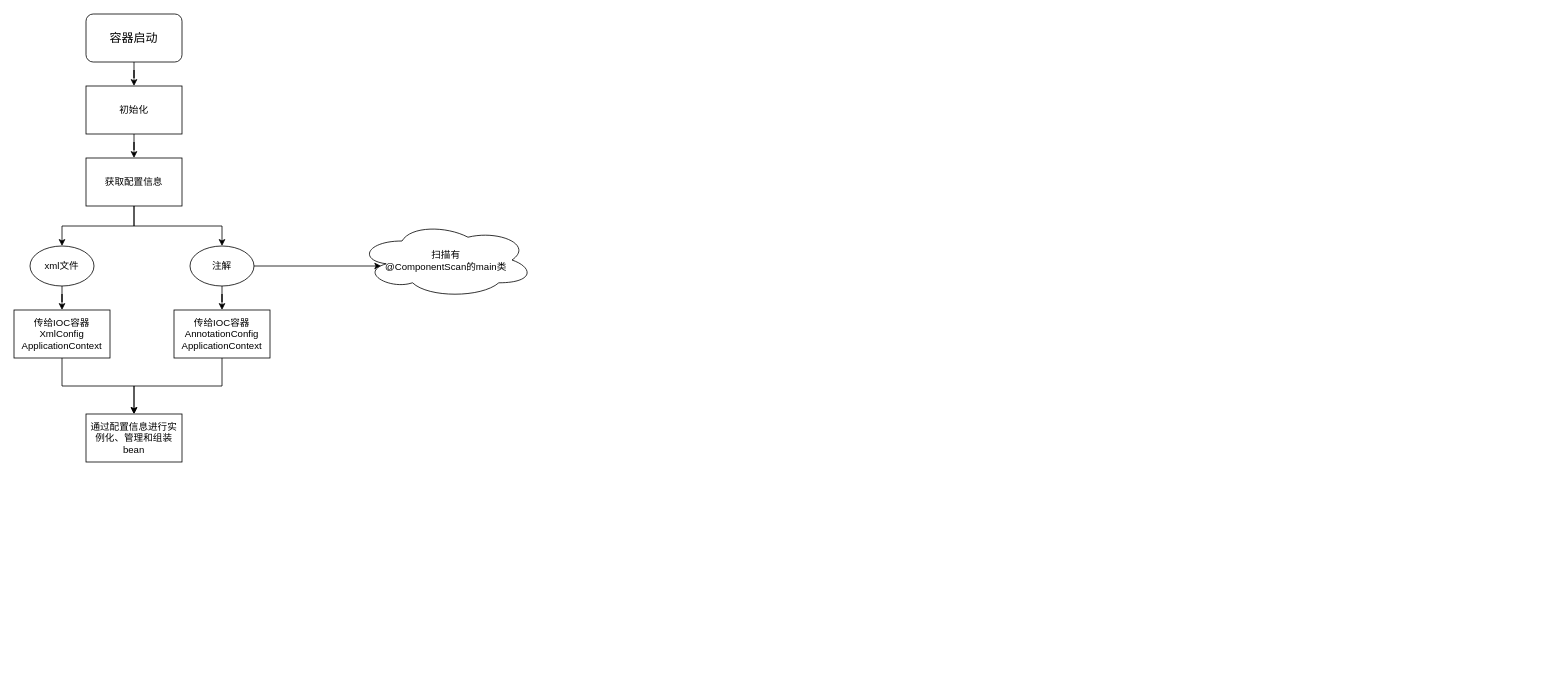
This is spring ioc容器依赖注入实现.drawio from pipisay/draw, a draw.io file, before an edit. Source tidied: cells renumbered, new cells numbered last; positions are measured from the earlier drawing's top-left corner, leaving out a move shared by most shapes. Both pictures are drawn from the tidied source at 80%, with x=0, y=0 at pixel (14, 14).
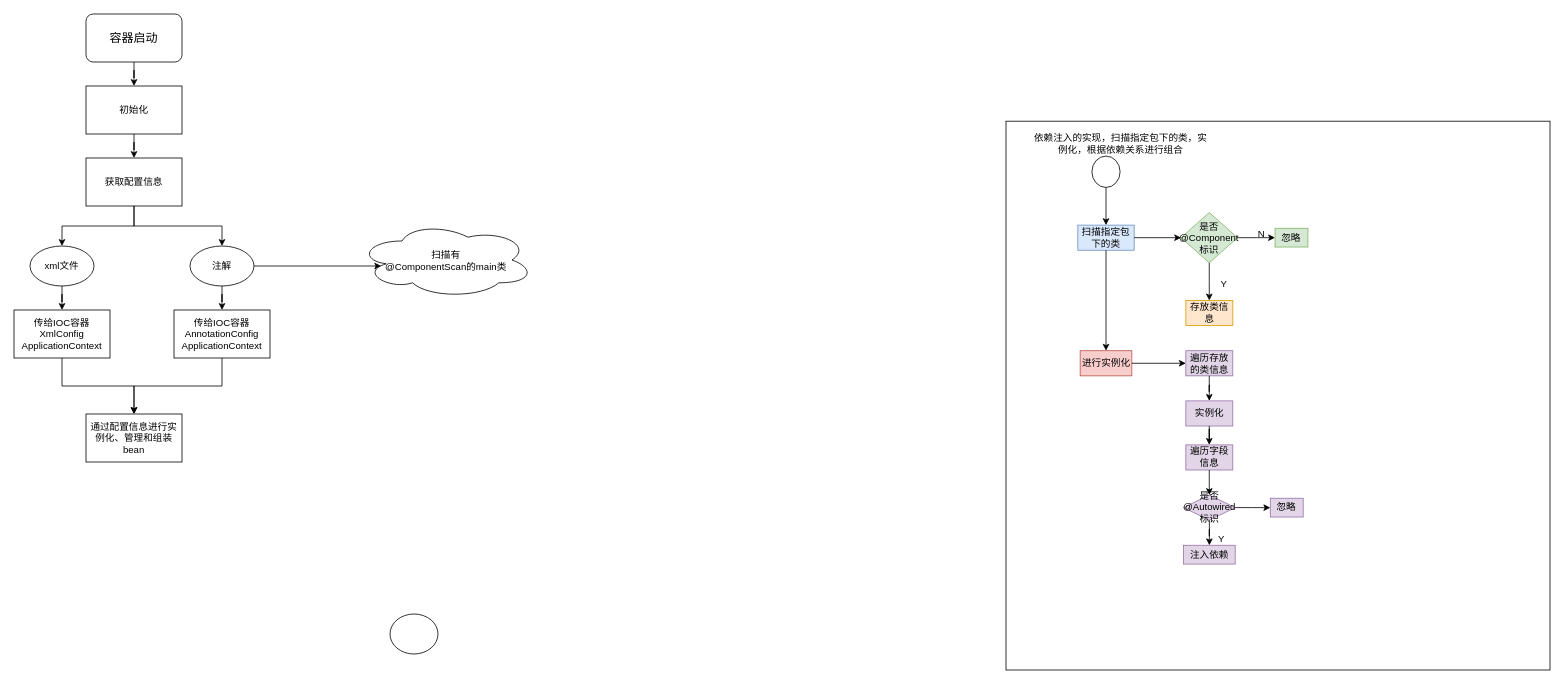
After the change.

Commit message:
更新spring ioc容器依赖注入实现.drawio

What changed in the source:
```diff
@@
+    <mxCell id="20" style="ellipse;whiteSpace=wrap;html=1;" parent="1" vertex="1">
+      <mxGeometry x="470" y="750" width="60" height="50" as="geometry" />
+    </mxCell>
+    <mxCell id="21" style="rounded=0;whiteSpace=wrap;html=1;" parent="1" vertex="1">
+      <mxGeometry x="1240" y="134" width="680" height="686" as="geometry" />
+    </mxCell>
+    <mxCell id="22" style="group;" parent="21" vertex="1">
+      <mxGeometry x="89.8" y="43.6" width="551.7" height="596.4" as="geometry" />
+    </mxCell>
+    <mxCell id="23" value="扫描指定包下的类" style="rounded=0;whiteSpace=wrap;html=1;fillColor=#dae8fc;strokeColor=#6c8ebf;" parent="22" vertex="1">
+      <mxGeometry y="86.3" width="70.4" height="31.4" as="geometry" />
+    </mxCell>
+    <mxCell id="24" style="edgeStyle=orthogonalEdgeStyle;rounded=0;jettySize=auto;html=1;exitX=0.5;exitY=1;exitDx=0;exitDy=0;entryX=0.5;entryY=0;entryDx=0;entryDy=0;" parent="22" edge="1" source="25" target="23">
+      <mxGeometry relative="1" as="geometry" />
+    </mxCell>
+    <mxCell id="25" style="ellipse;whiteSpace=wrap;html=1;" parent="22" vertex="1">
+      <mxGeometry x="17.6" width="35.2" height="39.2" as="geometry" />
+    </mxCell>
+    <mxCell id="26" value="是否@Component&lt;br&gt;标识" style="rhombus;whiteSpace=wrap;html=1;fillColor=#d5e8d4;strokeColor=#82b366;rounded=0;" parent="22" vertex="1">
+      <mxGeometry x="129.1" y="70.6" width="70.4" height="62.8" as="geometry" />
+    </mxCell>
+    <mxCell id="27" style="edgeStyle=orthogonalEdgeStyle;rounded=0;jettySize=auto;html=1;" parent="22" edge="1" source="23" target="26">
+      <mxGeometry relative="1" as="geometry" />
+    </mxCell>
+    <mxCell id="28" value="忽略" style="whiteSpace=wrap;html=1;fillColor=#d5e8d4;strokeColor=#82b366;rounded=0;" parent="22" vertex="1">
+      <mxGeometry x="246.5" y="90.2" width="41.1" height="23.5" as="geometry" />
+    </mxCell>
+    <mxCell id="29" style="edgeStyle=orthogonalEdgeStyle;rounded=0;jettySize=auto;html=1;" parent="22" edge="1" source="26" target="28">
+      <mxGeometry relative="1" as="geometry" />
+    </mxCell>
+    <mxCell id="30" value="存放类信息" style="whiteSpace=wrap;html=1;fillColor=#ffe6cc;strokeColor=#d79b00;rounded=0;" parent="22" vertex="1">
+      <mxGeometry x="135" y="180.5" width="58.7" height="31.4" as="geometry" />
+    </mxCell>
+    <mxCell id="31" style="edgeStyle=orthogonalEdgeStyle;rounded=0;jettySize=auto;html=1;" parent="22" edge="1" source="26" target="30">
+      <mxGeometry relative="1" as="geometry" />
+    </mxCell>
+    <mxCell id="32" value="N" style="text;html=1;align=center;verticalAlign=middle;strokeColor=none;fillColor=none;" parent="22" vertex="1">
+      <mxGeometry x="214.2" y="82.4" width="30" height="30" as="geometry" />
+    </mxCell>
+    <mxCell id="33" value="Y" style="text;html=1;align=center;verticalAlign=middle;strokeColor=none;fillColor=none;" parent="22" vertex="1">
+      <mxGeometry x="167.3" y="145.2" width="30" height="30" as="geometry" />
+    </mxCell>
+    <mxCell id="34" value="进行实例化" style="whiteSpace=wrap;html=1;fillColor=#f8cecc;strokeColor=#b85450;rounded=0;" parent="22" vertex="1">
+      <mxGeometry x="2.9" y="243.3" width="64.6" height="31.4" as="geometry" />
+    </mxCell>
+    <mxCell id="35" style="edgeStyle=orthogonalEdgeStyle;rounded=0;jettySize=auto;html=1;" parent="22" edge="1" source="23" target="34">
+      <mxGeometry relative="1" as="geometry" />
+    </mxCell>
+    <mxCell id="36" value="遍历存放的类信息" style="whiteSpace=wrap;html=1;fillColor=#e1d5e7;strokeColor=#9673a6;rounded=0;" parent="22" vertex="1">
+      <mxGeometry x="135" y="243.3" width="58.7" height="31.4" as="geometry" />
+    </mxCell>
+    <mxCell id="37" style="edgeStyle=orthogonalEdgeStyle;rounded=0;jettySize=auto;html=1;exitX=1;exitY=0.5;exitDx=0;exitDy=0;entryX=0;entryY=0.5;entryDx=0;entryDy=0;" parent="22" edge="1" source="34" target="36">
+      <mxGeometry relative="1" as="geometry" />
+    </mxCell>
+    <mxCell id="38" value="实例化" style="whiteSpace=wrap;html=1;fillColor=#e1d5e7;strokeColor=#9673a6;rounded=0;" parent="22" vertex="1">
+      <mxGeometry x="135" y="306" width="58.7" height="31.4" as="geometry" />
+    </mxCell>
+    <mxCell id="39" style="edgeStyle=orthogonalEdgeStyle;rounded=0;jettySize=auto;html=1;" parent="22" edge="1" source="36" target="38">
+      <mxGeometry relative="1" as="geometry" />
+    </mxCell>
+    <mxCell id="40" value="遍历字段信息" style="whiteSpace=wrap;html=1;fillColor=#e1d5e7;strokeColor=#9673a6;rounded=0;" parent="22" vertex="1">
+      <mxGeometry x="135" y="361" width="58.7" height="31.4" as="geometry" />
+    </mxCell>
+    <mxCell id="41" style="edgeStyle=orthogonalEdgeStyle;rounded=0;jettySize=auto;html=1;" parent="22" edge="1" source="38" target="40">
+      <mxGeometry relative="1" as="geometry" />
+    </mxCell>
+    <mxCell id="42" value="是否&lt;br&gt;@Autowired标识" style="rhombus;whiteSpace=wrap;html=1;fillColor=#e1d5e7;strokeColor=#9673a6;rounded=0;" parent="22" vertex="1">
+      <mxGeometry x="132.1" y="423.7" width="64.6" height="31.4" as="geometry" />
+    </mxCell>
+    <mxCell id="43" style="edgeStyle=orthogonalEdgeStyle;rounded=0;jettySize=auto;html=1;" parent="22" edge="1" source="40" target="42">
+      <mxGeometry relative="1" as="geometry" />
+    </mxCell>
+    <mxCell id="44" value="注入依赖" style="whiteSpace=wrap;html=1;fillColor=#e1d5e7;strokeColor=#9673a6;rounded=0;" parent="22" vertex="1">
+      <mxGeometry x="132.1" y="486.5" width="64.6" height="23.5" as="geometry" />
+    </mxCell>
+    <mxCell id="45" style="edgeStyle=orthogonalEdgeStyle;rounded=0;jettySize=auto;html=1;" parent="22" edge="1" source="42" target="44">
+      <mxGeometry relative="1" as="geometry" />
+    </mxCell>
+    <mxCell id="46" value="Y" style="text;html=1;align=center;verticalAlign=middle;strokeColor=none;fillColor=none;" parent="22" vertex="1">
+      <mxGeometry x="164.3" y="463" width="30" height="30" as="geometry" />
+    </mxCell>
+    <mxCell id="47" value="忽略" style="whiteSpace=wrap;html=1;fillColor=#e1d5e7;strokeColor=#9673a6;rounded=0;" parent="22" vertex="1">
+      <mxGeometry x="240.6" y="427.7" width="41.1" height="23.5" as="geometry" />
+    </mxCell>
+    <mxCell id="48" style="edgeStyle=orthogonalEdgeStyle;rounded=0;jettySize=auto;html=1;" parent="22" edge="1" source="42" target="47">
+      <mxGeometry relative="1" as="geometry" />
+    </mxCell>
+    <mxCell id="49" value="依赖注入的实现，扫描指定包下的类，实例化，根据依赖关系进行组合" style="text;html=1;strokeColor=none;fillColor=none;align=center;verticalAlign=middle;whiteSpace=wrap;rounded=0;" parent="21" vertex="1">
+      <mxGeometry x="30.1" y="10" width="227" height="36" as="geometry" />
+    </mxCell>
```
